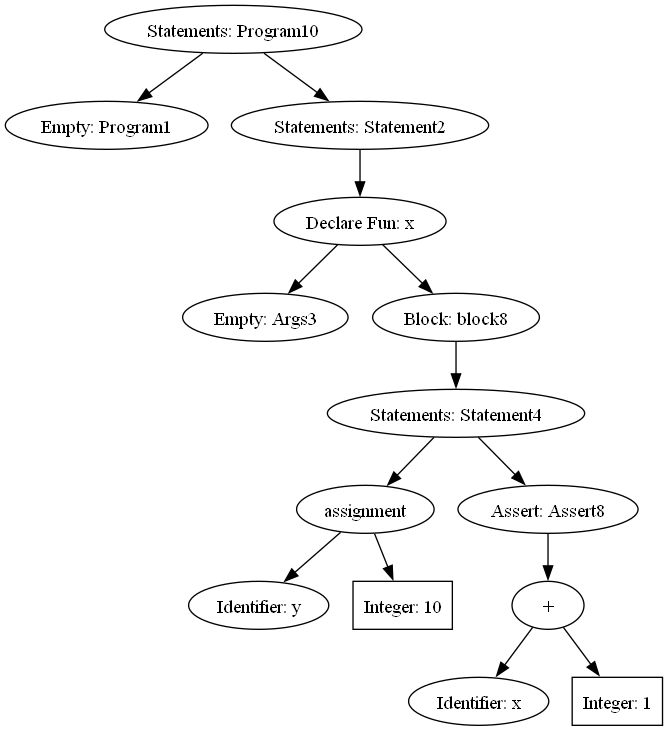
This is test.png from ironicDude/compiler, a Graphviz export, as it was before one commit. Its source is kept beside it as test.gv.
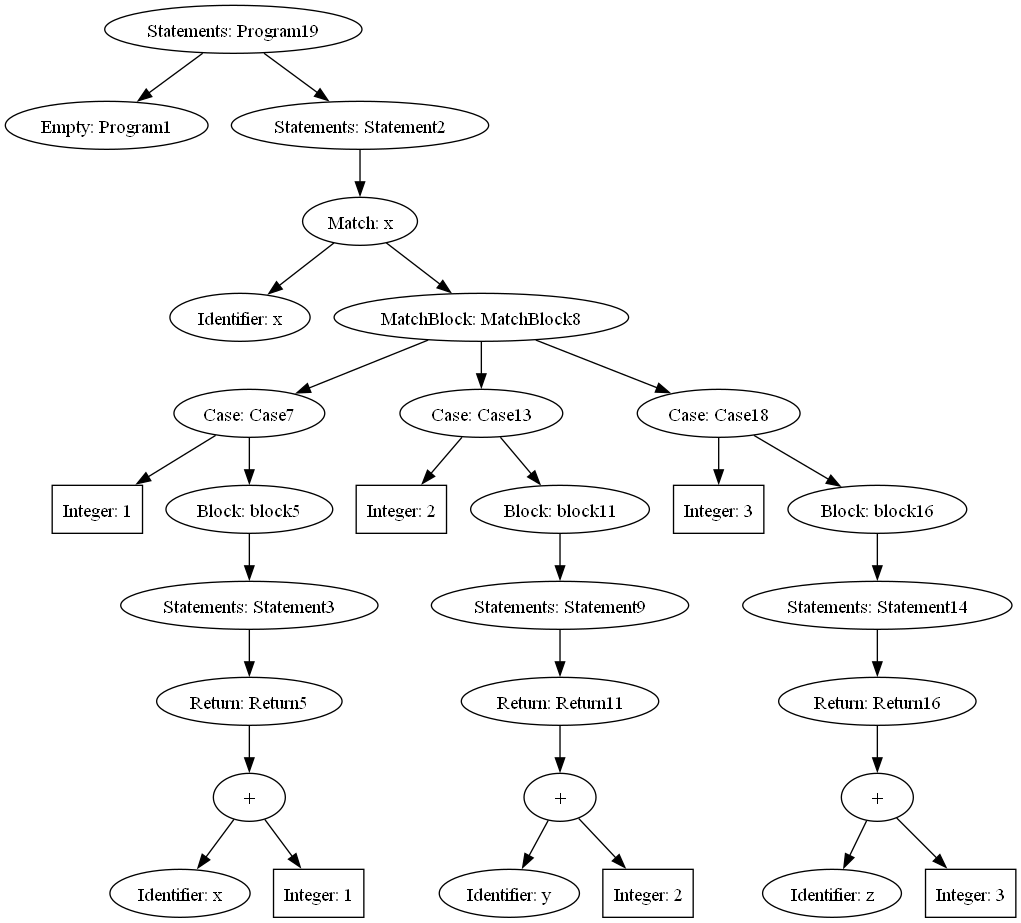
Later version of the same file.

Commit message:
match cases fixed

The edit, as a diff of the source:
```diff
@@ -1,29 +1,61 @@
 digraph G {
-	Program10 [label="Statements: Program10"]
-	Program10 -> Program1;
+	Program19 [label="Statements: Program19"]
+	Program19 -> Program1;
 	Program1 [label="Empty: Program1"]
-	Program10 -> Statement2;
+	Program19 -> Statement2;
 	Statement2 [label="Statements: Statement2"]
 	Statement2 -> x;
-	x [label="Declare Fun: x"]
-	x -> Args3;
-	Args3 [label="Empty: Args3"]
-	x -> block8;
-	block8 [label="Block: block8"]
-	block8 -> Statement4;
-	Statement4 [label="Statements: Statement4"]
-	Statement4 -> assignment6;
-	assignment6 [label="assignment"]
-	assignment6 -> identifire5;
-	identifire5 [label="Identifier: y"]
-	assignment6 -> INTEGER2;
-	INTEGER2 [shape=box,label="Integer: 10"]
-	Statement4 -> Assert8;
-	Assert8 [label="Assert: Assert8"]
-	Assert8 -> BinaryExpression_identifire7PLUSINTEGER4;
-	BinaryExpression_identifire7PLUSINTEGER4 [label="+"]
-	BinaryExpression_identifire7PLUSINTEGER4 -> identifire7;
-	identifire7 [label="Identifier: x"]
-	BinaryExpression_identifire7PLUSINTEGER4 -> INTEGER4;
-	INTEGER4 [shape=box,label="Integer: 1"]
+	x [label="Match: x"]
+	x -> IDENTIFIER0;
+	IDENTIFIER0 [label="Identifier: x"]
+	x -> MatchBlock8;
+	MatchBlock8 [label="MatchBlock: MatchBlock8"]
+	MatchBlock8 -> Case7;
+	Case7 [label="Case: Case7"]
+	Case7 -> INTEGER1;
+	INTEGER1 [shape=box,label="Integer: 1"]
+	Case7 -> block5;
+	block5 [label="Block: block5"]
+	block5 -> Statement3;
+	Statement3 [label="Statements: Statement3"]
+	Statement3 -> Return5;
+	Return5 [label="Return: Return5"]
+	Return5 -> BinaryExpression_identifire4PLUSINTEGER3;
+	BinaryExpression_identifire4PLUSINTEGER3 [label="+"]
+	BinaryExpression_identifire4PLUSINTEGER3 -> identifire4;
+	identifire4 [label="Identifier: x"]
+	BinaryExpression_identifire4PLUSINTEGER3 -> INTEGER3;
+	INTEGER3 [shape=box,label="Integer: 1"]
+	MatchBlock8 -> Case13;
+	Case13 [label="Case: Case13"]
+	Case13 -> INTEGER4;
+	INTEGER4 [shape=box,label="Integer: 2"]
+	Case13 -> block11;
+	block11 [label="Block: block11"]
+	block11 -> Statement9;
+	Statement9 [label="Statements: Statement9"]
+	Statement9 -> Return11;
+	Return11 [label="Return: Return11"]
+	Return11 -> BinaryExpression_identifire10PLUSINTEGER6;
+	BinaryExpression_identifire10PLUSINTEGER6 [label="+"]
+	BinaryExpression_identifire10PLUSINTEGER6 -> identifire10;
+	identifire10 [label="Identifier: y"]
+	BinaryExpression_identifire10PLUSINTEGER6 -> INTEGER6;
+	INTEGER6 [shape=box,label="Integer: 2"]
+	MatchBlock8 -> Case18;
+	Case18 [label="Case: Case18"]
+	Case18 -> INTEGER7;
+	INTEGER7 [shape=box,label="Integer: 3"]
+	Case18 -> block16;
+	block16 [label="Block: block16"]
+	block16 -> Statement14;
+	Statement14 [label="Statements: Statement14"]
+	Statement14 -> Return16;
+	Return16 [label="Return: Return16"]
+	Return16 -> BinaryExpression_identifire15PLUSINTEGER9;
+	BinaryExpression_identifire15PLUSINTEGER9 [label="+"]
+	BinaryExpression_identifire15PLUSINTEGER9 -> identifire15;
+	identifire15 [label="Identifier: z"]
+	BinaryExpression_identifire15PLUSINTEGER9 -> INTEGER9;
+	INTEGER9 [shape=box,label="Integer: 3"]
 }
```
